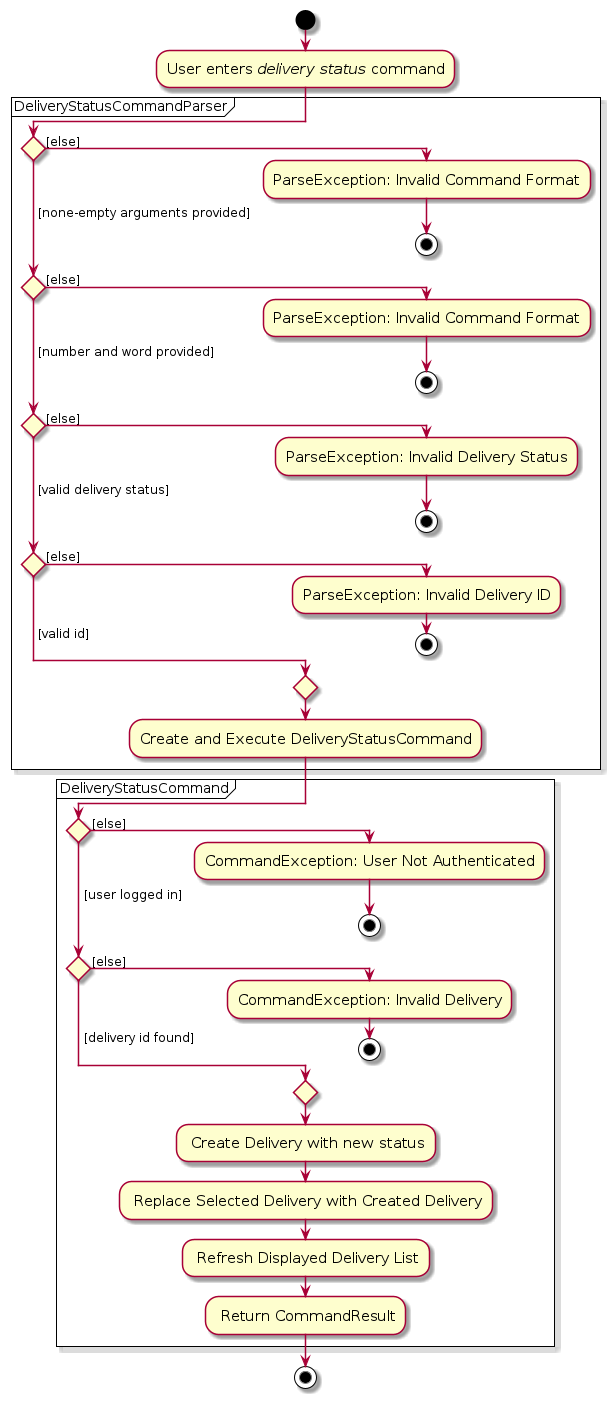
Above: diagrams/DeliveryStatusCommandActivityDiagram.png in zhonghan721/tp (PlantUML), before the change. Its source is kept beside it as diagrams/DeliveryStatusCommandActivityDiagram.puml. Its diagram source:
```plantuml
@startuml
skin rose
skinparam ActivityFontSize 15
skinparam ArrowFontSize 12

!pragma useVerticalIf on
start
:User enters <i>delivery status</i> command;
partition DeliveryStatusCommandParser {
    if () then ([else])
        :ParseException: Invalid Command Format;
        stop
    ( [none-empty arguments provided]) elseif () then ([else])
        :ParseException: Invalid Command Format;
        stop
    ( [number and word provided]) elseif () then ([else])
        :ParseException: Invalid Delivery Status;
        stop
    ( [valid delivery status]) elseif () then ([else])
        :ParseException: Invalid Delivery ID;
         stop
    else ( [valid id])
    endif
    :Create and Execute DeliveryStatusCommand;
}

partition DeliveryStatusCommand {
    if () then ([else])
        :CommandException: User Not Authenticated;
        stop
    ( [user logged in]) elseif () then ([else])
        :CommandException: Invalid Delivery;
        stop
    else ( [delivery id found])
    endif
    : Create Delivery with new status;
    : Replace Selected Delivery with Created Delivery;
    : Refresh Displayed Delivery List;
    : Return CommandResult;
}




stop

@enduml
```
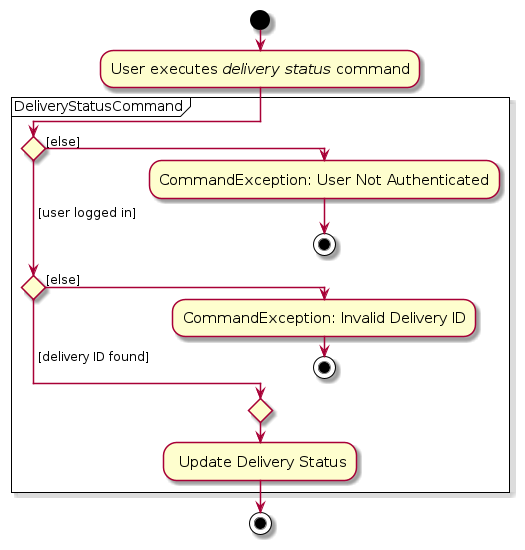
The same diagram one commit later.

Change to the diagram source:
```diff
@@ -5,38 +5,18 @@
 
 !pragma useVerticalIf on
 start
-:User enters <i>delivery status</i> command;
-partition DeliveryStatusCommandParser {
-    if () then ([else])
-        :ParseException: Invalid Command Format;
-        stop
-    ( [none-empty arguments provided]) elseif () then ([else])
-        :ParseException: Invalid Command Format;
-        stop
-    ( [number and word provided]) elseif () then ([else])
-        :ParseException: Invalid Delivery Status;
-        stop
-    ( [valid delivery status]) elseif () then ([else])
-        :ParseException: Invalid Delivery ID;
-         stop
-    else ( [valid id])
-    endif
-    :Create and Execute DeliveryStatusCommand;
-}
+:User executes <i>delivery status</i> command;
 
 partition DeliveryStatusCommand {
     if () then ([else])
         :CommandException: User Not Authenticated;
         stop
     ( [user logged in]) elseif () then ([else])
-        :CommandException: Invalid Delivery;
+        :CommandException: Invalid Delivery ID;
         stop
-    else ( [delivery id found])
+    else ( [delivery ID found])
     endif
-    : Create Delivery with new status;
-    : Replace Selected Delivery with Created Delivery;
-    : Refresh Displayed Delivery List;
-    : Return CommandResult;
+    : Update Delivery Status;
 }
 
 
```
